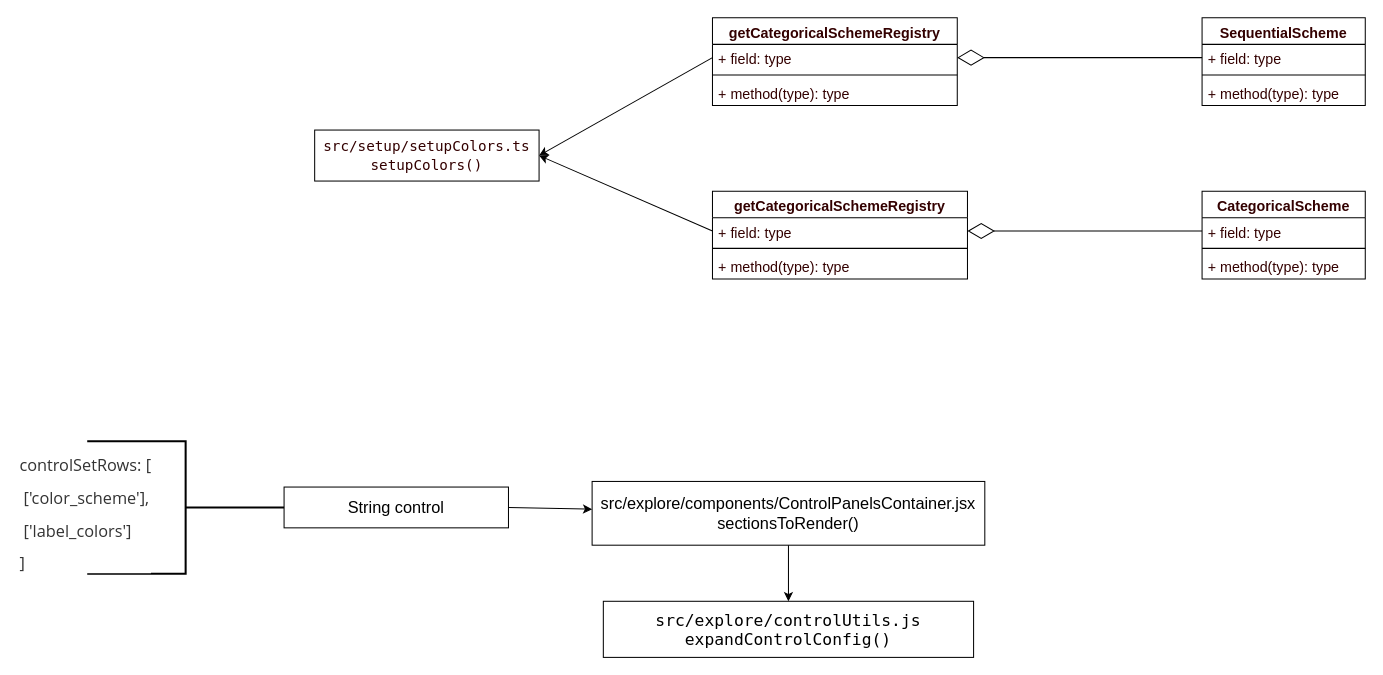
Above: Untitled Diagram.drawio in wbbhacker/drawFile (draw.io), before the change. Source tidied: cells renumbered, new cells numbered last; positions are measured from the earlier drawing's top-left corner, leaving out a move shared by most shapes. Both pictures are drawn from the tidied source at 102%, with x=0, y=0 at pixel (17, 17).
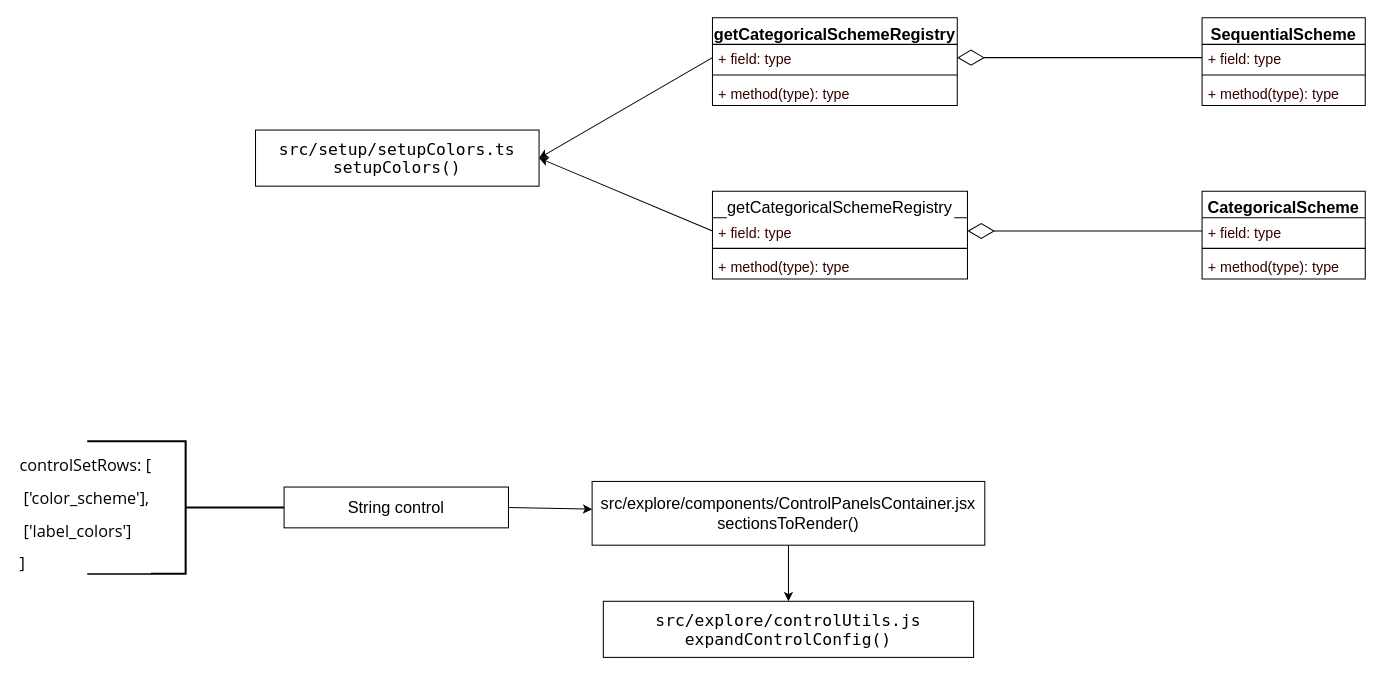
The same diagram, later.

Diff of the diagram source:
```diff
@@
-    <mxCell id="2" value="&lt;div style=&quot;background-color: rgb(255 , 255 , 255) ; font-family: &amp;#34;menlo&amp;#34; , &amp;#34;monaco&amp;#34; , &amp;#34;courier new&amp;#34; , monospace ; line-height: 18px&quot;&gt;&lt;font color=&quot;#330000&quot; style=&quot;font-size: 14px&quot;&gt;src/setup/setupColors.ts&lt;/font&gt;&lt;/div&gt;&lt;div style=&quot;background-color: rgb(255 , 255 , 255) ; font-family: &amp;#34;menlo&amp;#34; , &amp;#34;monaco&amp;#34; , &amp;#34;courier new&amp;#34; , monospace ; line-height: 18px&quot;&gt;&lt;font color=&quot;#330000&quot; style=&quot;font-size: 14px&quot;&gt;setupColors()&lt;/font&gt;&lt;/div&gt;" style="rounded=0;whiteSpace=wrap;html=1;" parent="1" vertex="1">
-      <mxGeometry x="291" y="110" width="220" height="50" as="geometry" />
+    <mxCell id="2" value="&lt;div style=&quot;background-color: rgb(255 , 255 , 255) ; font-family: &amp;#34;menlo&amp;#34; , &amp;#34;monaco&amp;#34; , &amp;#34;courier new&amp;#34; , monospace ; line-height: 18px ; font-size: 16px&quot;&gt;&lt;font style=&quot;font-size: 16px&quot;&gt;src/setup/setupColors.ts&lt;/font&gt;&lt;/div&gt;&lt;div style=&quot;background-color: rgb(255 , 255 , 255) ; font-family: &amp;#34;menlo&amp;#34; , &amp;#34;monaco&amp;#34; , &amp;#34;courier new&amp;#34; , monospace ; line-height: 18px ; font-size: 16px&quot;&gt;&lt;font style=&quot;font-size: 16px&quot;&gt;setupColors()&lt;/font&gt;&lt;/div&gt;" style="rounded=0;whiteSpace=wrap;html=1;" parent="1" vertex="1">
+      <mxGeometry x="233" y="110" width="278" height="55" as="geometry" />
     </mxCell>
-    <mxCell id="3" value="getCategoricalSchemeRegistry" style="swimlane;fontStyle=1;align=center;verticalAlign=top;horizontal=1;startSize=26;fontSize=14;fontColor=#330000;" parent="1" vertex="1">
+    <mxCell id="3" value="getCategoricalSchemeRegistry" style="swimlane;fontStyle=0;align=center;verticalAlign=top;horizontal=1;startSize=26;fontSize=16;fontColor=#000000;labelBackgroundColor=default;" parent="1" vertex="1">
       <mxGeometry x="681" y="170" width="250" height="86" as="geometry" />
     </mxCell>
@@
-    <mxCell id="7" value="getCategoricalSchemeRegistry" style="swimlane;fontStyle=1;align=center;verticalAlign=top;horizontal=1;startSize=26;fontSize=14;fontColor=#330000;" parent="1" vertex="1">
+    <mxCell id="7" value="getCategoricalSchemeRegistry" style="swimlane;fontStyle=1;align=center;verticalAlign=top;horizontal=1;startSize=26;fontSize=16;fontColor=#000000;" parent="1" vertex="1">
       <mxGeometry x="681" width="240" height="86" as="geometry" />
     </mxCell>
@@
-    <mxCell id="11" value="CategoricalScheme" style="swimlane;fontStyle=1;align=center;verticalAlign=top;horizontal=1;startSize=26;fontSize=14;fontColor=#330000;" parent="1" vertex="1">
+    <mxCell id="11" value="CategoricalScheme" style="swimlane;fontStyle=1;align=center;verticalAlign=top;horizontal=1;startSize=26;fontSize=16;fontColor=#000000;" parent="1" vertex="1">
       <mxGeometry x="1161" y="170" width="160" height="86" as="geometry" />
     </mxCell>
@@
-    <mxCell id="15" value="SequentialScheme" style="swimlane;fontStyle=1;align=center;verticalAlign=top;horizontal=1;startSize=26;fontSize=14;fontColor=#330000;" parent="1" vertex="1">
+    <mxCell id="15" value="SequentialScheme" style="swimlane;fontStyle=1;align=center;verticalAlign=top;horizontal=1;startSize=26;fontSize=16;fontColor=#000000;" parent="1" vertex="1">
       <mxGeometry x="1161" width="160" height="86" as="geometry" />
     </mxCell>
@@
-    <mxCell id="26" value="&lt;font color=&quot;#000000&quot; style=&quot;font-size: 16px&quot;&gt;src/explore/components/ControlPanelsContainer.jsx&lt;br&gt;sectionsToRender()&lt;/font&gt;" style="rounded=0;whiteSpace=wrap;html=1;fontSize=14;fontColor=#330000;" parent="1" vertex="1">
+    <mxCell id="26" value="&lt;font color=&quot;#000000&quot; style=&quot;font-size: 16px;&quot;&gt;src/explore/components/ControlPanelsContainer.jsx&lt;br style=&quot;font-size: 16px;&quot;&gt;sectionsToRender()&lt;/font&gt;" style="rounded=0;whiteSpace=wrap;html=1;fontSize=16;fontColor=#330000;" parent="1" vertex="1">
       <mxGeometry x="563" y="454.5" width="385" height="62.5" as="geometry" />
     </mxCell>
@@
-    <mxCell id="28" value="&lt;p class=&quot;md-end-block md-p md-focus&quot; style=&quot;box-sizing: border-box ; line-height: inherit ; margin: 0.8em 0px ; position: relative ; color: rgb(51 , 51 , 51) ; font-family: &amp;#34;open sans&amp;#34; , &amp;#34;clear sans&amp;#34; , &amp;#34;helvetica neue&amp;#34; , &amp;#34;helvetica&amp;#34; , &amp;#34;arial&amp;#34; , &amp;#34;segoe ui emoji&amp;#34; , sans-serif ; font-size: 16px ; background-color: rgb(255 , 255 , 255)&quot;&gt;&lt;span class=&quot;md-plain&quot; style=&quot;box-sizing: border-box&quot;&gt;controlSetRows: [&lt;/span&gt;&lt;/p&gt;&lt;p class=&quot;md-end-block md-p&quot; style=&quot;box-sizing: border-box ; line-height: inherit ; margin: 0.8em 0px ; position: relative ; color: rgb(51 , 51 , 51) ; font-family: &amp;#34;open sans&amp;#34; , &amp;#34;clear sans&amp;#34; , &amp;#34;helvetica neue&amp;#34; , &amp;#34;helvetica&amp;#34; , &amp;#34;arial&amp;#34; , &amp;#34;segoe ui emoji&amp;#34; , sans-serif ; font-size: 16px ; background-color: rgb(255 , 255 , 255)&quot;&gt;&lt;span class=&quot;md-plain&quot; style=&quot;box-sizing: border-box&quot;&gt;        &lt;span style=&quot;white-space: pre&quot;&gt; &lt;/span&gt;['color_scheme'],&lt;/span&gt;&lt;/p&gt;&lt;p class=&quot;md-end-block md-p&quot; style=&quot;box-sizing: border-box ; line-height: inherit ; margin: 0.8em 0px ; position: relative ; color: rgb(51 , 51 , 51) ; font-family: &amp;#34;open sans&amp;#34; , &amp;#34;clear sans&amp;#34; , &amp;#34;helvetica neue&amp;#34; , &amp;#34;helvetica&amp;#34; , &amp;#34;arial&amp;#34; , &amp;#34;segoe ui emoji&amp;#34; , sans-serif ; font-size: 16px ; background-color: rgb(255 , 255 , 255)&quot;&gt;&lt;span class=&quot;md-plain md-expand&quot; style=&quot;box-sizing: border-box&quot;&gt;        &lt;span style=&quot;white-space: pre&quot;&gt; &lt;/span&gt;['label_colors']&lt;/span&gt;&lt;/p&gt;&lt;p class=&quot;md-end-block md-p&quot; style=&quot;box-sizing: border-box ; line-height: inherit ; margin: 0.8em 0px ; position: relative ; color: rgb(51 , 51 , 51) ; font-family: &amp;#34;open sans&amp;#34; , &amp;#34;clear sans&amp;#34; , &amp;#34;helvetica neue&amp;#34; , &amp;#34;helvetica&amp;#34; , &amp;#34;arial&amp;#34; , &amp;#34;segoe ui emoji&amp;#34; , sans-serif ; font-size: 16px ; background-color: rgb(255 , 255 , 255)&quot;&gt;&lt;span class=&quot;md-plain&quot; style=&quot;box-sizing: border-box&quot;&gt;]&lt;/span&gt;&lt;/p&gt;" style="text;html=1;align=left;verticalAlign=middle;strokeColor=none;fillColor=none;fontSize=14;fontColor=#330000;" parent="1" vertex="1">
+    <mxCell id="28" value="&lt;p class=&quot;md-end-block md-p md-focus&quot; style=&quot;box-sizing: border-box ; line-height: inherit ; margin: 0.8em 0px ; position: relative ; font-family: &amp;#34;open sans&amp;#34; , &amp;#34;clear sans&amp;#34; , &amp;#34;helvetica neue&amp;#34; , &amp;#34;helvetica&amp;#34; , &amp;#34;arial&amp;#34; , &amp;#34;segoe ui emoji&amp;#34; , sans-serif ; font-size: 16px ; background-color: rgb(255 , 255 , 255)&quot;&gt;&lt;span class=&quot;md-plain&quot; style=&quot;box-sizing: border-box&quot;&gt;&lt;font color=&quot;#000000&quot;&gt;controlSetRows: [&lt;/font&gt;&lt;/span&gt;&lt;/p&gt;&lt;p class=&quot;md-end-block md-p&quot; style=&quot;box-sizing: border-box ; line-height: inherit ; margin: 0.8em 0px ; position: relative ; font-family: &amp;#34;open sans&amp;#34; , &amp;#34;clear sans&amp;#34; , &amp;#34;helvetica neue&amp;#34; , &amp;#34;helvetica&amp;#34; , &amp;#34;arial&amp;#34; , &amp;#34;segoe ui emoji&amp;#34; , sans-serif ; font-size: 16px ; background-color: rgb(255 , 255 , 255)&quot;&gt;&lt;span class=&quot;md-plain&quot; style=&quot;box-sizing: border-box&quot;&gt;&lt;font color=&quot;#000000&quot;&gt;        &lt;span style=&quot;white-space: pre&quot;&gt; &lt;/span&gt;['color_scheme'],&lt;/font&gt;&lt;/span&gt;&lt;/p&gt;&lt;p class=&quot;md-end-block md-p&quot; style=&quot;box-sizing: border-box ; line-height: inherit ; margin: 0.8em 0px ; position: relative ; font-family: &amp;#34;open sans&amp;#34; , &amp;#34;clear sans&amp;#34; , &amp;#34;helvetica neue&amp;#34; , &amp;#34;helvetica&amp;#34; , &amp;#34;arial&amp;#34; , &amp;#34;segoe ui emoji&amp;#34; , sans-serif ; font-size: 16px ; background-color: rgb(255 , 255 , 255)&quot;&gt;&lt;span class=&quot;md-plain md-expand&quot; style=&quot;box-sizing: border-box&quot;&gt;&lt;font color=&quot;#000000&quot;&gt;        &lt;span style=&quot;white-space: pre&quot;&gt; &lt;/span&gt;['label_colors']&lt;/font&gt;&lt;/span&gt;&lt;/p&gt;&lt;p class=&quot;md-end-block md-p&quot; style=&quot;box-sizing: border-box ; line-height: inherit ; margin: 0.8em 0px ; position: relative ; font-family: &amp;#34;open sans&amp;#34; , &amp;#34;clear sans&amp;#34; , &amp;#34;helvetica neue&amp;#34; , &amp;#34;helvetica&amp;#34; , &amp;#34;arial&amp;#34; , &amp;#34;segoe ui emoji&amp;#34; , sans-serif ; font-size: 16px ; background-color: rgb(255 , 255 , 255)&quot;&gt;&lt;span class=&quot;md-plain&quot; style=&quot;box-sizing: border-box&quot;&gt;&lt;font color=&quot;#000000&quot;&gt;]&lt;/font&gt;&lt;/span&gt;&lt;/p&gt;" style="text;html=1;align=left;verticalAlign=middle;strokeColor=none;fillColor=none;fontSize=14;fontColor=#330000;" parent="1" vertex="1">
       <mxGeometry y="415" width="176" height="143" as="geometry" />
     </mxCell>
```
